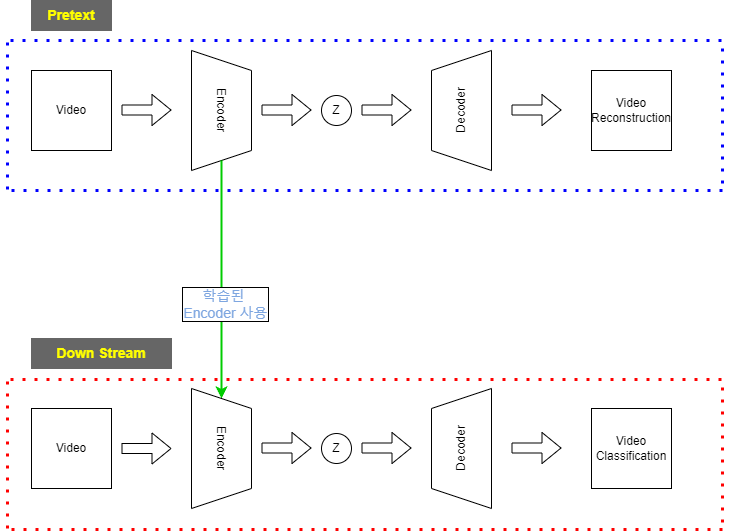
The draw.io diagram 제목 없는 다이어그램.drawio.png in Kyoungrae-Noh/Self-Supervised-Learning, before a commit. Source tidied: cells renumbered, new cells last; positions are measured from the earlier drawing's top-left corner, leaving out a move shared by most shapes.
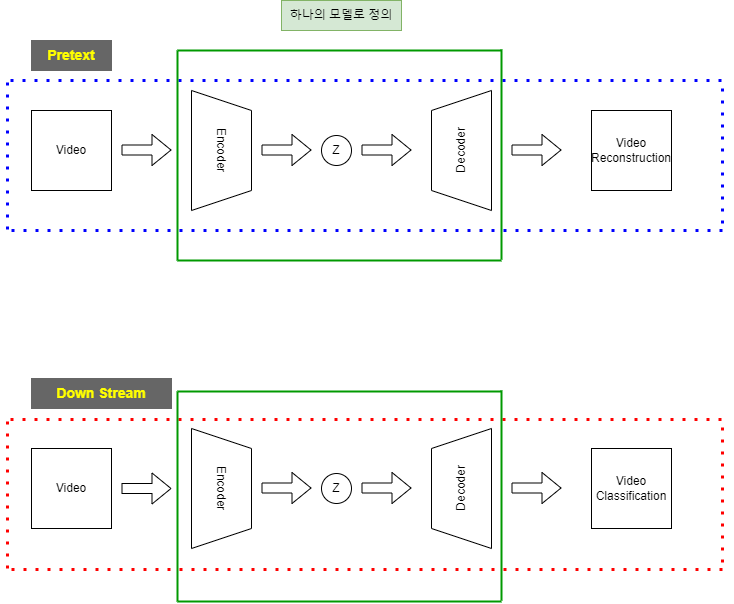
The same diagram one commit later.

Commit message:
제목 없는 다이어그램.drawio.png 업데이트

What changed in the source:
```diff
@@ -41,16 +41,6 @@
     <mxCell id="10" value="Video&lt;br&gt;Reconstruction" style="whiteSpace=wrap;html=1;" parent="1" vertex="1">
       <mxGeometry x="590" y="70" width="80" height="80" as="geometry" />
     </mxCell>
-    <mxCell id="11" style="endArrow=classic;html=1;rounded=0;fillColor=#FFFFFF;exitX=1;exitY=0.5;exitDx=0;exitDy=0;entryX=0;entryY=0.5;entryDx=0;entryDy=0;strokeWidth=2;strokeColor=#00CC00;" parent="1" edge="1" target="13">
-      <mxGeometry relative="1" as="geometry">
-        <mxPoint x="220" y="160" as="sourcePoint" />
-      </mxGeometry>
-    </mxCell>
-    <mxCell id="12" value="&lt;font color=&quot;#7ea6e0&quot;&gt;학습된 &lt;br&gt;Encoder 사용&lt;/font&gt;" style="edgeLabel;html=1;align=center;verticalAlign=middle;fontSize=14;fontColor=#FFFF00;labelBorderColor=default;" parent="11" vertex="1">
-      <mxGeometry x="0.34" y="-4" relative="1" as="geometry">
-        <mxPoint x="7" y="-17" as="offset" />
-      </mxGeometry>
-    </mxCell>
     <mxCell id="13" value="Encoder" style="shape=trapezoid;perimeter=trapezoidPerimeter;whiteSpace=wrap;html=1;fixedSize=1;rotation=90;" parent="1" vertex="1">
       <mxGeometry x="160" y="418" width="120" height="60" as="geometry" />
     </mxCell>
@@ -144,5 +134,68 @@
         <mxPoint x="6" y="378" as="targetPoint" />
       </mxGeometry>
     </mxCell>
+    <mxCell id="32" style="endArrow=none;html=1;rounded=0;strokeColor=#009900;strokeWidth=2;" parent="1" edge="1">
+      <mxGeometry relative="1" as="geometry">
+        <mxPoint x="176" y="220" as="sourcePoint" />
+        <mxPoint x="176" y="10" as="targetPoint" />
+        <Array as="points">
+          <mxPoint x="176" y="40" />
+        </Array>
+      </mxGeometry>
+    </mxCell>
+    <mxCell id="33" style="endArrow=none;html=1;rounded=0;strokeColor=#009900;strokeWidth=2;" parent="1" edge="1">
+      <mxGeometry relative="1" as="geometry">
+        <mxPoint x="500" y="219" as="sourcePoint" />
+        <mxPoint x="500" y="9" as="targetPoint" />
+        <Array as="points">
+          <mxPoint x="500" y="39" />
+        </Array>
+      </mxGeometry>
+    </mxCell>
+    <mxCell id="34" style="endArrow=none;html=1;rounded=0;strokeColor=#009900;strokeWidth=2;" parent="1" edge="1">
+      <mxGeometry relative="1" as="geometry">
+        <mxPoint x="500" y="10" as="sourcePoint" />
+        <mxPoint x="176" y="10" as="targetPoint" />
+      </mxGeometry>
+    </mxCell>
+    <mxCell id="35" style="endArrow=none;html=1;rounded=0;strokeColor=#009900;strokeWidth=2;" parent="1" edge="1">
+      <mxGeometry relative="1" as="geometry">
+        <mxPoint x="500" y="220" as="sourcePoint" />
+        <mxPoint x="176" y="220" as="targetPoint" />
+      </mxGeometry>
+    </mxCell>
+    <mxCell id="36" value="하나의 모델로 정의" style="rounded=0;whiteSpace=wrap;html=1;fillColor=#d5e8d4;strokeColor=#82b366;" parent="1" vertex="1">
+      <mxGeometry x="280" y="-40" width="120" height="30" as="geometry" />
+    </mxCell>
+    <mxCell id="37" style="endArrow=none;html=1;rounded=0;strokeColor=#009900;strokeWidth=2;" parent="1" edge="1">
+      <mxGeometry relative="1" as="geometry">
+        <mxPoint x="500" y="561" as="sourcePoint" />
+        <mxPoint x="176" y="561" as="targetPoint" />
+      </mxGeometry>
+    </mxCell>
+    <mxCell id="38" style="endArrow=none;html=1;rounded=0;strokeColor=#009900;strokeWidth=2;" parent="1" edge="1">
+      <mxGeometry relative="1" as="geometry">
+        <mxPoint x="500" y="560" as="sourcePoint" />
+        <mxPoint x="500" y="350" as="targetPoint" />
+        <Array as="points">
+          <mxPoint x="500" y="380" />
+        </Array>
+      </mxGeometry>
+    </mxCell>
+    <mxCell id="39" style="endArrow=none;html=1;rounded=0;strokeColor=#009900;strokeWidth=2;" parent="1" edge="1">
+      <mxGeometry relative="1" as="geometry">
+        <mxPoint x="500" y="351" as="sourcePoint" />
+        <mxPoint x="176" y="351" as="targetPoint" />
+      </mxGeometry>
+    </mxCell>
+    <mxCell id="40" style="endArrow=none;html=1;rounded=0;strokeColor=#009900;strokeWidth=2;" parent="1" edge="1">
+      <mxGeometry relative="1" as="geometry">
+        <mxPoint x="176" y="561" as="sourcePoint" />
+        <mxPoint x="176" y="351" as="targetPoint" />
+        <Array as="points">
+          <mxPoint x="176" y="381" />
+        </Array>
+      </mxGeometry>
+    </mxCell>
   </root>
 </mxGraphModel>
```
